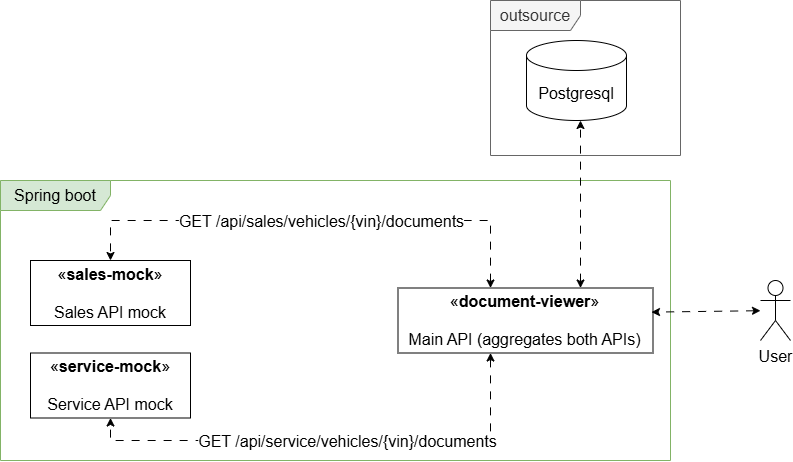
Above: docs/keyloop-exercise-overview.drawio.png in giaptai/keyloop-challenge (draw.io), before the change. Source tidied: cells renumbered, new cells last; positions are measured from the earlier drawing's top-left corner, leaving out a move shared by most shapes.
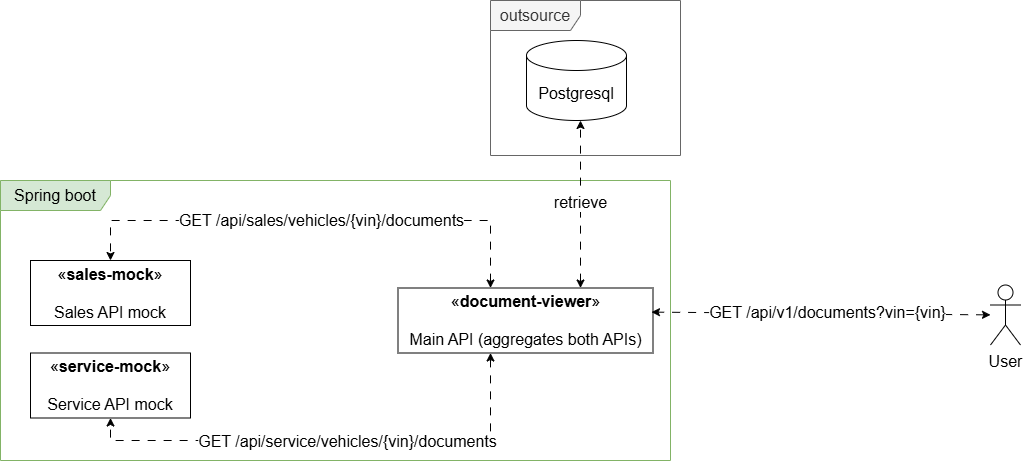
After the commit.

Change to the diagram source:
```diff
@@ -51,14 +51,22 @@
         </Array>
       </mxGeometry>
     </mxCell>
+    <mxCell id="15" value="retrieve" style="edgeLabel;html=1;align=center;verticalAlign=middle;inheritText=1;defaultLabelBackgroundColor=page;" parent="11" vertex="1">
+      <mxGeometry x="0.03" y="1" relative="1" as="geometry" />
+    </mxCell>
     <mxCell id="12" value="outsource" style="shape=umlFrame;whiteSpace=wrap;html=1;fillColor=#f5f5f5;strokeColor=#666666;fontColor=#333333;width=90;height=30;" parent="1" vertex="1">
       <mxGeometry x="490" width="190" height="155" as="geometry" />
     </mxCell>
     <mxCell id="13" style="rounded=0;jettySize=auto;html=1;defaultLabelBackgroundColor=page;dashed=1;dashPattern=8 8;startArrow=classic;startFill=1;flowAnimation=1;entryX=0.994;entryY=0.371;entryDx=0;entryDy=0;entryPerimeter=0;" parent="1" edge="1" source="14" target="7">
       <mxGeometry relative="1" as="geometry" />
     </mxCell>
+    <mxCell id="16" value="GET /api/v1/documents?vin={vin}" style="edgeLabel;html=1;align=center;verticalAlign=middle;inheritText=1;defaultLabelBackgroundColor=page;" parent="13" vertex="1">
+      <mxGeometry x="0.51" relative="1" as="geometry">
+        <mxPoint x="91" y="-1" as="offset" />
+      </mxGeometry>
+    </mxCell>
     <mxCell id="14" value="User" style="shape=umlActor;verticalLabelPosition=bottom;verticalAlign=top;html=1;outlineConnect=0;labelPerimeter=1;" parent="1" vertex="1">
-      <mxGeometry x="760" y="280" width="30" height="60" as="geometry" />
+      <mxGeometry x="990" y="284.5" width="30" height="60" as="geometry" />
     </mxCell>
   </root>
 </mxGraphModel>
```
